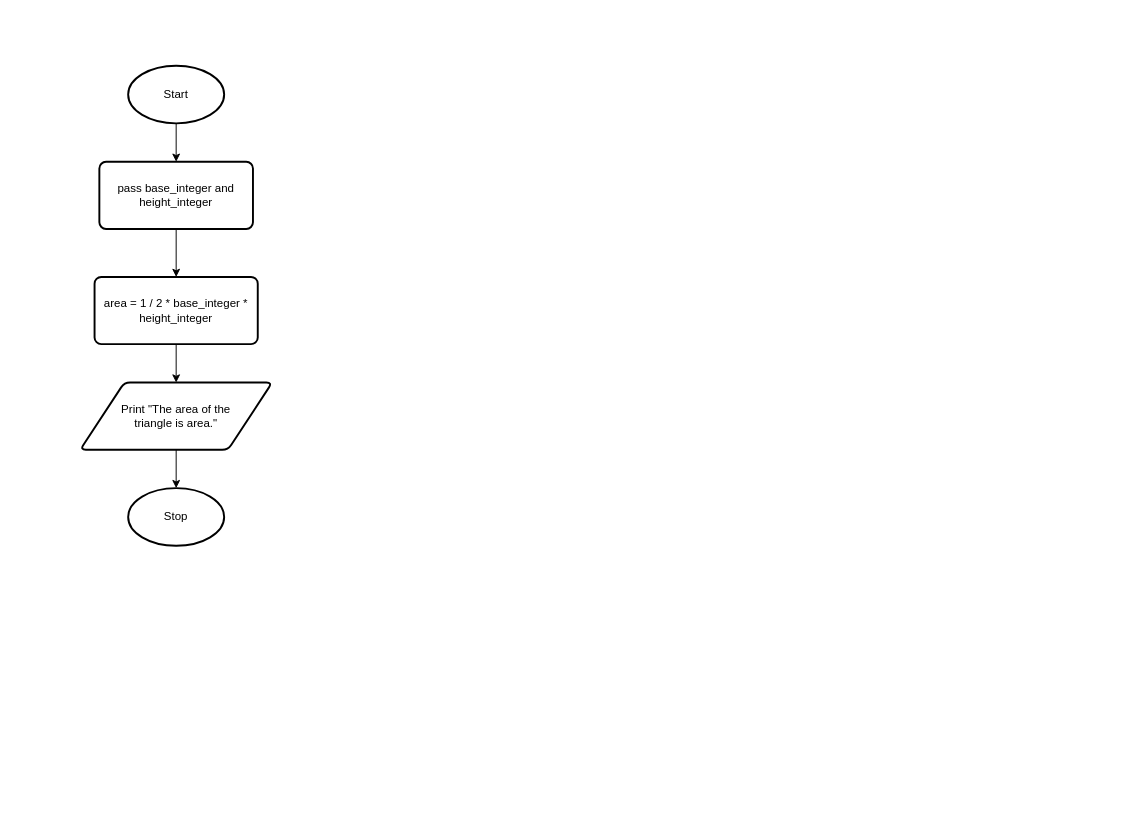
Above: design.flowchart.drawio in Yiyun-Qin/ICS3U-Unit5-03-Python (draw.io), before the change. Source tidied: cells renumbered, new cells numbered last; positions are measured from the earlier drawing's top-left corner, leaving out a move shared by most shapes. Both pictures are drawn from the tidied source at 96%, with x=0, y=0 at pixel (80, 65).
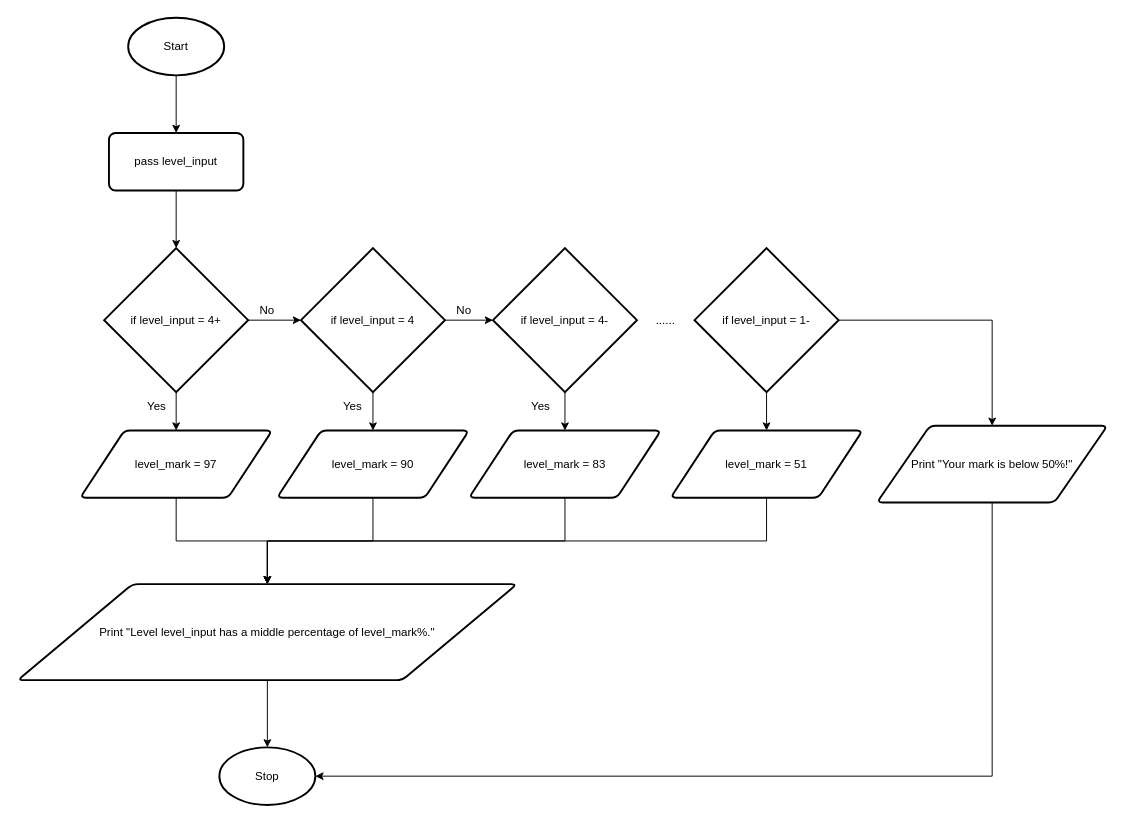
After the change.

Diff of the diagram source:
```diff
@@
     <mxCell id="3" value="Start" style="strokeWidth=2;html=1;shape=mxgraph.flowchart.start_1;whiteSpace=wrap;" parent="1" vertex="1">
-      <mxGeometry x="50" width="100" height="60" as="geometry" />
+      <mxGeometry x="50" y="-50" width="100" height="60" as="geometry" />
     </mxCell>
     <mxCell id="4" value="Stop" style="strokeWidth=2;html=1;shape=mxgraph.flowchart.start_1;whiteSpace=wrap;" parent="1" vertex="1">
-      <mxGeometry x="50" y="440" width="100" height="60" as="geometry" />
+      <mxGeometry x="145" y="710" width="100" height="60" as="geometry" />
     </mxCell>
-    <mxCell id="5" style="edgeStyle=none;html=1;exitX=0.5;exitY=1;exitDx=0;exitDy=0;entryX=0.5;entryY=0;entryDx=0;entryDy=0;" parent="1" edge="1" source="6" target="8">
-      <mxGeometry relative="1" as="geometry" />
-    </mxCell>
+    <mxCell id="11" style="edgeStyle=orthogonalEdgeStyle;rounded=0;html=1;exitX=0.5;exitY=1;exitDx=0;exitDy=0;entryX=0.5;entryY=0;entryDx=0;entryDy=0;entryPerimeter=0;" parent="1" edge="1" source="6" target="15">
+      <mxGeometry relative="1" as="geometry" />
+    </mxCell>
-    <mxCell id="6" value="pass base_integer and height_integer" style="rounded=1;whiteSpace=wrap;html=1;absoluteArcSize=1;arcSize=14;strokeWidth=2;" parent="1" vertex="1">
-      <mxGeometry x="20" y="100" width="160" height="70" as="geometry" />
+    <mxCell id="6" value="pass level_input" style="rounded=1;whiteSpace=wrap;html=1;absoluteArcSize=1;arcSize=14;strokeWidth=2;" parent="1" vertex="1">
+      <mxGeometry x="30" y="70" width="140" height="60" as="geometry" />
     </mxCell>
-    <mxCell id="7" style="edgeStyle=none;html=1;exitX=0.5;exitY=1;exitDx=0;exitDy=0;entryX=0.5;entryY=0;entryDx=0;entryDy=0;" parent="1" edge="1" source="8" target="10">
-      <mxGeometry relative="1" as="geometry" />
-    </mxCell>
-    <mxCell id="8" value="area = 1 / 2 * base_integer * height_integer" style="rounded=1;whiteSpace=wrap;html=1;absoluteArcSize=1;arcSize=14;strokeWidth=2;" parent="1" vertex="1">
-      <mxGeometry x="15" y="220" width="170" height="70" as="geometry" />
-    </mxCell>
-    <mxCell id="9" style="edgeStyle=none;html=1;exitX=0.5;exitY=1;exitDx=0;exitDy=0;entryX=0.5;entryY=0;entryDx=0;entryDy=0;entryPerimeter=0;" parent="1" edge="1" source="10" target="4">
-      <mxGeometry relative="1" as="geometry" />
-    </mxCell>
+    <mxCell id="12" style="edgeStyle=orthogonalEdgeStyle;rounded=0;html=1;exitX=0.5;exitY=1;exitDx=0;exitDy=0;entryX=0.5;entryY=0;entryDx=0;entryDy=0;" parent="1" edge="1" source="10" target="39">
+      <mxGeometry relative="1" as="geometry" />
+    </mxCell>
-    <mxCell id="10" value="Print &quot;The area of the &lt;br&gt;triangle is area.&quot;" style="shape=parallelogram;html=1;strokeWidth=2;perimeter=parallelogramPerimeter;whiteSpace=wrap;rounded=1;arcSize=12;size=0.23;" parent="1" vertex="1">
-      <mxGeometry y="330" width="200" height="70" as="geometry" />
+    <mxCell id="10" value="level_mark = 97" style="shape=parallelogram;html=1;strokeWidth=2;perimeter=parallelogramPerimeter;whiteSpace=wrap;rounded=1;arcSize=12;size=0.23;" parent="1" vertex="1">
+      <mxGeometry y="380" width="200" height="70" as="geometry" />
     </mxCell>
+    <mxCell id="13" style="edgeStyle=none;html=1;exitX=0.5;exitY=1;exitDx=0;exitDy=0;exitPerimeter=0;" parent="1" edge="1" source="15" target="10">
+      <mxGeometry relative="1" as="geometry" />
+    </mxCell>
+    <mxCell id="14" style="edgeStyle=none;html=1;exitX=1;exitY=0.5;exitDx=0;exitDy=0;exitPerimeter=0;entryX=0;entryY=0.5;entryDx=0;entryDy=0;entryPerimeter=0;" parent="1" edge="1" source="15" target="19">
+      <mxGeometry relative="1" as="geometry" />
+    </mxCell>
+    <mxCell id="15" value="if level_input = 4+" style="strokeWidth=2;html=1;shape=mxgraph.flowchart.decision;whiteSpace=wrap;" parent="1" vertex="1">
+      <mxGeometry x="25" y="190" width="150" height="150" as="geometry" />
+    </mxCell>
+    <mxCell id="16" value="Yes" style="text;html=1;strokeColor=none;fillColor=none;align=center;verticalAlign=middle;whiteSpace=wrap;rounded=0;" parent="1" vertex="1">
+      <mxGeometry x="60" y="340" width="40" height="30" as="geometry" />
+    </mxCell>
+    <mxCell id="17" style="edgeStyle=none;html=1;exitX=0.5;exitY=1;exitDx=0;exitDy=0;exitPerimeter=0;entryX=0.5;entryY=0;entryDx=0;entryDy=0;" parent="1" edge="1" source="19" target="21">
+      <mxGeometry relative="1" as="geometry" />
+    </mxCell>
+    <mxCell id="18" style="edgeStyle=none;html=1;exitX=1;exitY=0.5;exitDx=0;exitDy=0;exitPerimeter=0;entryX=0;entryY=0.5;entryDx=0;entryDy=0;entryPerimeter=0;" parent="1" edge="1" source="19" target="25">
+      <mxGeometry relative="1" as="geometry" />
+    </mxCell>
+    <mxCell id="19" value="if level_input = 4" style="strokeWidth=2;html=1;shape=mxgraph.flowchart.decision;whiteSpace=wrap;" parent="1" vertex="1">
+      <mxGeometry x="230" y="190" width="150" height="150" as="geometry" />
+    </mxCell>
+    <mxCell id="20" style="edgeStyle=orthogonalEdgeStyle;rounded=0;html=1;exitX=0.5;exitY=1;exitDx=0;exitDy=0;entryX=0.5;entryY=0;entryDx=0;entryDy=0;" parent="1" edge="1" source="21" target="39">
+      <mxGeometry relative="1" as="geometry" />
+    </mxCell>
+    <mxCell id="21" value="level_mark = 90" style="shape=parallelogram;html=1;strokeWidth=2;perimeter=parallelogramPerimeter;whiteSpace=wrap;rounded=1;arcSize=12;size=0.23;" parent="1" vertex="1">
+      <mxGeometry x="205" y="380" width="200" height="70" as="geometry" />
+    </mxCell>
+    <mxCell id="22" value="Yes" style="text;html=1;strokeColor=none;fillColor=none;align=center;verticalAlign=middle;whiteSpace=wrap;rounded=0;" parent="1" vertex="1">
+      <mxGeometry x="264" y="340" width="40" height="30" as="geometry" />
+    </mxCell>
+    <mxCell id="23" value="No" style="text;html=1;strokeColor=none;fillColor=none;align=center;verticalAlign=middle;whiteSpace=wrap;rounded=0;" parent="1" vertex="1">
+      <mxGeometry x="175" y="240" width="40" height="30" as="geometry" />
+    </mxCell>
+    <mxCell id="24" style="edgeStyle=none;html=1;exitX=0.5;exitY=1;exitDx=0;exitDy=0;exitPerimeter=0;entryX=0.5;entryY=0;entryDx=0;entryDy=0;" parent="1" edge="1" source="25" target="28">
+      <mxGeometry relative="1" as="geometry" />
+    </mxCell>
+    <mxCell id="25" value="if level_input = 4-" style="strokeWidth=2;html=1;shape=mxgraph.flowchart.decision;whiteSpace=wrap;" parent="1" vertex="1">
+      <mxGeometry x="430" y="190" width="150" height="150" as="geometry" />
+    </mxCell>
+    <mxCell id="26" value="No" style="text;html=1;strokeColor=none;fillColor=none;align=center;verticalAlign=middle;whiteSpace=wrap;rounded=0;" parent="1" vertex="1">
+      <mxGeometry x="380" y="240" width="40" height="30" as="geometry" />
+    </mxCell>
+    <mxCell id="27" style="edgeStyle=orthogonalEdgeStyle;rounded=0;html=1;exitX=0.5;exitY=1;exitDx=0;exitDy=0;entryX=0.5;entryY=0;entryDx=0;entryDy=0;" parent="1" edge="1" source="28" target="39">
+      <mxGeometry relative="1" as="geometry" />
+    </mxCell>
+    <mxCell id="28" value="level_mark = 83" style="shape=parallelogram;html=1;strokeWidth=2;perimeter=parallelogramPerimeter;whiteSpace=wrap;rounded=1;arcSize=12;size=0.23;" parent="1" vertex="1">
+      <mxGeometry x="405" y="380" width="200" height="70" as="geometry" />
+    </mxCell>
+    <mxCell id="29" value="Yes" style="text;html=1;strokeColor=none;fillColor=none;align=center;verticalAlign=middle;whiteSpace=wrap;rounded=0;" parent="1" vertex="1">
+      <mxGeometry x="460" y="340" width="40" height="30" as="geometry" />
+    </mxCell>
+    <mxCell id="30" value="......" style="text;html=1;strokeColor=none;fillColor=none;align=center;verticalAlign=middle;whiteSpace=wrap;rounded=0;" parent="1" vertex="1">
+      <mxGeometry x="580" y="250" width="60" height="30" as="geometry" />
+    </mxCell>
+    <mxCell id="31" style="edgeStyle=none;html=1;exitX=0.5;exitY=1;exitDx=0;exitDy=0;exitPerimeter=0;entryX=0.5;entryY=0;entryDx=0;entryDy=0;" parent="1" edge="1" source="33" target="35">
+      <mxGeometry relative="1" as="geometry" />
+    </mxCell>
+    <mxCell id="32" style="edgeStyle=orthogonalEdgeStyle;html=1;exitX=1;exitY=0.5;exitDx=0;exitDy=0;exitPerimeter=0;entryX=0.5;entryY=0;entryDx=0;entryDy=0;rounded=0;" parent="1" edge="1" source="33" target="37">
+      <mxGeometry relative="1" as="geometry" />
+    </mxCell>
+    <mxCell id="33" value="if level_input = 1-" style="strokeWidth=2;html=1;shape=mxgraph.flowchart.decision;whiteSpace=wrap;" parent="1" vertex="1">
+      <mxGeometry x="640" y="190" width="150" height="150" as="geometry" />
+    </mxCell>
+    <mxCell id="34" style="edgeStyle=orthogonalEdgeStyle;rounded=0;html=1;exitX=0.5;exitY=1;exitDx=0;exitDy=0;entryX=0.5;entryY=0;entryDx=0;entryDy=0;" parent="1" edge="1" source="35" target="39">
+      <mxGeometry relative="1" as="geometry" />
+    </mxCell>
+    <mxCell id="35" value="level_mark = 51" style="shape=parallelogram;html=1;strokeWidth=2;perimeter=parallelogramPerimeter;whiteSpace=wrap;rounded=1;arcSize=12;size=0.23;" parent="1" vertex="1">
+      <mxGeometry x="615" y="380" width="200" height="70" as="geometry" />
+    </mxCell>
+    <mxCell id="36" style="edgeStyle=orthogonalEdgeStyle;rounded=0;html=1;exitX=0.5;exitY=1;exitDx=0;exitDy=0;entryX=1;entryY=0.5;entryDx=0;entryDy=0;entryPerimeter=0;" parent="1" edge="1" source="37" target="4">
+      <mxGeometry relative="1" as="geometry" />
+    </mxCell>
+    <mxCell id="37" value="Print &quot;Your mark is below 50%!&quot;" style="shape=parallelogram;html=1;strokeWidth=2;perimeter=parallelogramPerimeter;whiteSpace=wrap;rounded=1;arcSize=12;size=0.23;" parent="1" vertex="1">
+      <mxGeometry x="830" y="375" width="240" height="80" as="geometry" />
+    </mxCell>
+    <mxCell id="38" style="edgeStyle=orthogonalEdgeStyle;rounded=0;html=1;exitX=0.5;exitY=1;exitDx=0;exitDy=0;entryX=0.5;entryY=0;entryDx=0;entryDy=0;entryPerimeter=0;" parent="1" edge="1" source="39" target="4">
+      <mxGeometry relative="1" as="geometry" />
+    </mxCell>
+    <mxCell id="39" value="Print &quot;Level level_input has a middle percentage of level_mark%.&quot;" style="shape=parallelogram;html=1;strokeWidth=2;perimeter=parallelogramPerimeter;whiteSpace=wrap;rounded=1;arcSize=12;size=0.23;" parent="1" vertex="1">
+      <mxGeometry x="-65" y="540" width="520" height="100" as="geometry" />
+    </mxCell>
```
